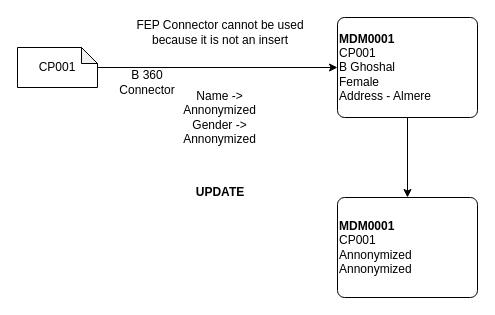
biswarup81/drawings keeps this draw.io diagram as page "Page-12" (12 of 12) of TME-3.drawio. Above is the earlier version. Source tidied: cells renumbered, new cells numbered last; positions are measured from the earlier drawing's top-left corner, leaving out a move shared by most shapes. Both pictures are drawn from the tidied source at 100%, with x=0, y=0 at pixel (17, 17).
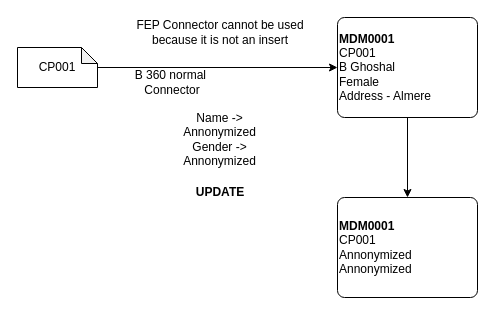
After the change.

What changed in the source:
```diff
@@
 <mxGraphModel>
   <root>
     <mxCell id="0" />
     <mxCell id="1" parent="0" />
     <mxCell id="2" style="edgeStyle=orthogonalEdgeStyle;rounded=0;jettySize=auto;html=1;" parent="1" edge="1" source="3" target="7">
       <mxGeometry relative="1" as="geometry" />
     </mxCell>
     <mxCell id="3" value="&lt;div style=&quot;&quot;&gt;&lt;b&gt;MDM0001&lt;/b&gt;&lt;/div&gt;&lt;div&gt;CP001&lt;/div&gt;B Ghoshal&lt;div&gt;Female&lt;br&gt;&lt;div&gt;Address - Almere&lt;/div&gt;&lt;/div&gt;" style="rounded=1;whiteSpace=wrap;html=1;align=left;arcSize=7;" parent="1" vertex="1">
       <mxGeometry x="320" width="140" height="100" as="geometry" />
     </mxCell>
     <mxCell id="4" style="edgeStyle=orthogonalEdgeStyle;rounded=0;jettySize=auto;html=1;" parent="1" edge="1" source="5" target="3">
       <mxGeometry relative="1" as="geometry" />
     </mxCell>
     <mxCell id="5" value="CP001" style="shape=note;whiteSpace=wrap;html=1;backgroundOutline=1;darkOpacity=0.05;size=16;" parent="1" vertex="1">
       <mxGeometry y="30" width="80" height="40" as="geometry" />
     </mxCell>
     <mxCell id="6" value="Name -&amp;gt; Annonymized&lt;div&gt;Gender -&amp;gt; Annonymized&lt;/div&gt;" style="text;html=1;align=center;verticalAlign=middle;whiteSpace=wrap;rounded=0;" parent="1" vertex="1">
-      <mxGeometry x="160" y="60" width="85" height="80" as="geometry" />
+      <mxGeometry x="160" y="82" width="85" height="80" as="geometry" />
     </mxCell>
     <mxCell id="7" value="&lt;div style=&quot;&quot;&gt;&lt;b&gt;MDM0001&lt;/b&gt;&lt;/div&gt;&lt;div&gt;CP001&lt;/div&gt;Annonymized&lt;div&gt;Annonymized&lt;/div&gt;" style="rounded=1;whiteSpace=wrap;html=1;align=left;arcSize=7;" parent="1" vertex="1">
       <mxGeometry x="320" y="180" width="140" height="100" as="geometry" />
     </mxCell>
     <mxCell id="8" value="FEP Connector cannot be used because it is not an insert" style="text;html=1;align=center;verticalAlign=middle;whiteSpace=wrap;rounded=0;" parent="1" vertex="1">
       <mxGeometry x="117.5" width="170" height="30" as="geometry" />
     </mxCell>
     <mxCell id="9" value="UPDATE" style="text;html=1;align=center;verticalAlign=middle;whiteSpace=wrap;rounded=0;fontStyle=1;" parent="1" vertex="1">
       <mxGeometry x="173" y="160" width="60" height="30" as="geometry" />
     </mxCell>
-    <mxCell id="10" value="B 360 Connector" style="text;html=1;align=center;verticalAlign=middle;whiteSpace=wrap;rounded=0;" parent="1" vertex="1">
-      <mxGeometry x="100" y="50" width="60" height="30" as="geometry" />
+    <mxCell id="10" value="B 360 normal&amp;nbsp; Connector" style="text;html=1;align=center;verticalAlign=middle;whiteSpace=wrap;rounded=0;" parent="1" vertex="1">
+      <mxGeometry x="100" y="50" width="110" height="30" as="geometry" />
     </mxCell>
   </root>
 </mxGraphModel>
```
